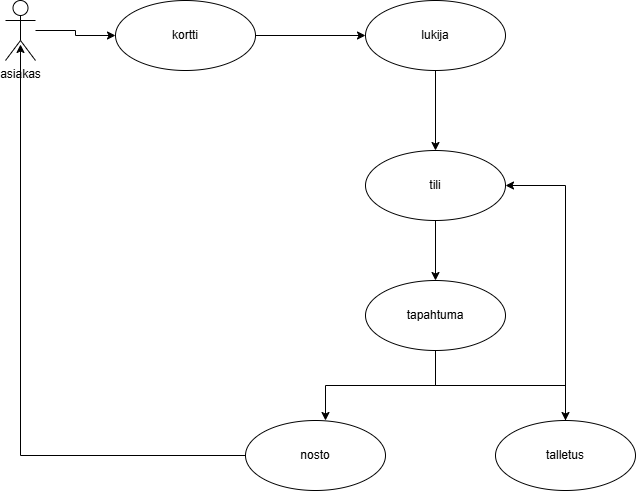
The draw.io diagram Käyttötapauskaavio.drawio.png in Migi2422/olio-ohjelmointi25, before a commit. Source tidied: cells renumbered, new cells last; positions are measured from the earlier drawing's top-left corner, leaving out a move shared by most shapes. The source it was exported from:
```xml
<mxGraphModel>
  <root>
    <mxCell id="0" />
    <mxCell id="1" parent="0" />
    <mxCell id="2" style="edgeStyle=orthogonalEdgeStyle;rounded=0;jettySize=auto;html=1;" parent="1" edge="1" source="3" target="5">
      <mxGeometry relative="1" as="geometry" />
    </mxCell>
    <mxCell id="3" value="tili" style="ellipse;whiteSpace=wrap;html=1;" parent="1" vertex="1">
      <mxGeometry x="360" y="150" width="140" height="70" as="geometry" />
    </mxCell>
    <mxCell id="4" style="edgeStyle=orthogonalEdgeStyle;rounded=0;jettySize=auto;html=1;entryX=0.5;entryY=0;entryDx=0;entryDy=0;" parent="1" edge="1" source="5" target="13">
      <mxGeometry relative="1" as="geometry" />
    </mxCell>
    <mxCell id="5" value="tapahtuma" style="ellipse;whiteSpace=wrap;html=1;" parent="1" vertex="1">
      <mxGeometry x="360" y="280" width="140" height="70" as="geometry" />
    </mxCell>
    <mxCell id="6" style="edgeStyle=orthogonalEdgeStyle;rounded=0;jettySize=auto;html=1;" parent="1" edge="1" source="7" target="11">
      <mxGeometry relative="1" as="geometry" />
    </mxCell>
    <mxCell id="7" value="asiakas" style="shape=umlActor;verticalLabelPosition=bottom;verticalAlign=top;html=1;" parent="1" vertex="1">
      <mxGeometry width="30" height="60" as="geometry" />
    </mxCell>
    <mxCell id="8" style="edgeStyle=orthogonalEdgeStyle;rounded=0;jettySize=auto;html=1;" parent="1" edge="1" source="9" target="3">
      <mxGeometry relative="1" as="geometry" />
    </mxCell>
    <mxCell id="9" value="lukija" style="ellipse;whiteSpace=wrap;html=1;" parent="1" vertex="1">
      <mxGeometry x="360" width="140" height="70" as="geometry" />
    </mxCell>
    <mxCell id="10" style="edgeStyle=orthogonalEdgeStyle;rounded=0;jettySize=auto;html=1;" parent="1" edge="1" source="11" target="9">
      <mxGeometry relative="1" as="geometry" />
    </mxCell>
    <mxCell id="11" value="kortti" style="ellipse;whiteSpace=wrap;html=1;" parent="1" vertex="1">
      <mxGeometry x="110" width="140" height="70" as="geometry" />
    </mxCell>
    <mxCell id="12" style="edgeStyle=orthogonalEdgeStyle;rounded=0;jettySize=auto;html=1;entryX=1;entryY=0.5;entryDx=0;entryDy=0;" parent="1" edge="1" source="13" target="3">
      <mxGeometry relative="1" as="geometry" />
    </mxCell>
    <mxCell id="13" value="talletus" style="ellipse;whiteSpace=wrap;html=1;" parent="1" vertex="1">
      <mxGeometry x="490" y="420" width="140" height="70" as="geometry" />
    </mxCell>
    <mxCell id="14" value="nosto" style="ellipse;whiteSpace=wrap;html=1;" parent="1" vertex="1">
      <mxGeometry x="240" y="420" width="140" height="70" as="geometry" />
    </mxCell>
    <mxCell id="15" style="edgeStyle=orthogonalEdgeStyle;rounded=0;jettySize=auto;html=1;entryX=0.5;entryY=0.733;entryDx=0;entryDy=0;entryPerimeter=0;" parent="1" edge="1" source="14" target="7">
      <mxGeometry relative="1" as="geometry" />
    </mxCell>
    <mxCell id="16" style="edgeStyle=orthogonalEdgeStyle;rounded=0;jettySize=auto;html=1;" parent="1" edge="1" source="5">
      <mxGeometry relative="1" as="geometry">
        <mxPoint x="320" y="420" as="targetPoint" />
        <Array as="points">
          <mxPoint x="430" y="385" />
          <mxPoint x="320" y="385" />
          <mxPoint x="320" y="420" />
        </Array>
      </mxGeometry>
    </mxCell>
  </root>
</mxGraphModel>
```
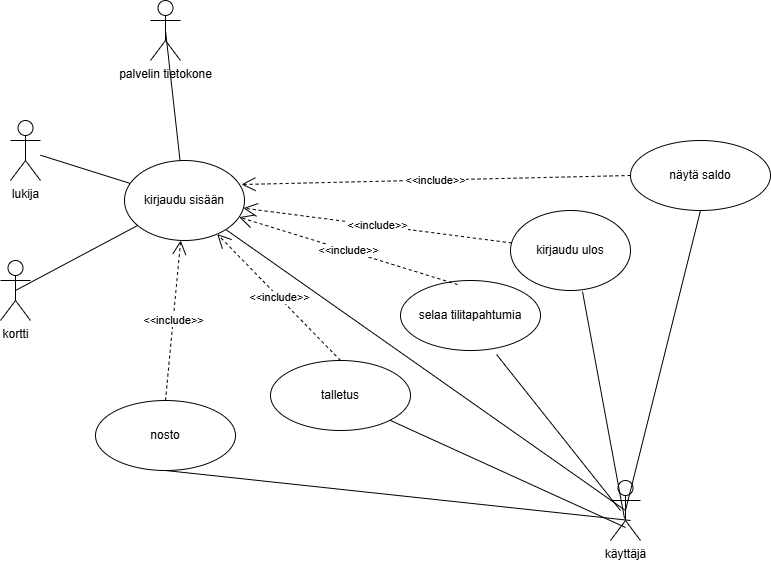
Above is the later version.

What changed in the source:
```diff
@@ -2,57 +2,81 @@
   <root>
     <mxCell id="0" />
     <mxCell id="1" parent="0" />
-    <mxCell id="2" style="edgeStyle=orthogonalEdgeStyle;rounded=0;jettySize=auto;html=1;" parent="1" edge="1" source="3" target="5">
-      <mxGeometry relative="1" as="geometry" />
-    </mxCell>
-    <mxCell id="3" value="tili" style="ellipse;whiteSpace=wrap;html=1;" parent="1" vertex="1">
-      <mxGeometry x="360" y="150" width="140" height="70" as="geometry" />
+    <mxCell id="3" value="selaa tilitapahtumia" style="ellipse;whiteSpace=wrap;html=1;" parent="1" vertex="1">
+      <mxGeometry x="550" y="100" width="140" height="70" as="geometry" />
     </mxCell>
-    <mxCell id="4" style="edgeStyle=orthogonalEdgeStyle;rounded=0;jettySize=auto;html=1;entryX=0.5;entryY=0;entryDx=0;entryDy=0;" parent="1" edge="1" source="5" target="13">
-      <mxGeometry relative="1" as="geometry" />
-    </mxCell>
-    <mxCell id="5" value="tapahtuma" style="ellipse;whiteSpace=wrap;html=1;" parent="1" vertex="1">
-      <mxGeometry x="360" y="280" width="140" height="70" as="geometry" />
-    </mxCell>
-    <mxCell id="6" style="edgeStyle=orthogonalEdgeStyle;rounded=0;jettySize=auto;html=1;" parent="1" edge="1" source="7" target="11">
-      <mxGeometry relative="1" as="geometry" />
-    </mxCell>
-    <mxCell id="7" value="asiakas" style="shape=umlActor;verticalLabelPosition=bottom;verticalAlign=top;html=1;" parent="1" vertex="1">
-      <mxGeometry width="30" height="60" as="geometry" />
+    <mxCell id="7" value="käyttäjä" style="shape=umlActor;verticalLabelPosition=bottom;verticalAlign=top;html=1;" parent="1" vertex="1">
+      <mxGeometry x="760" y="300" width="30" height="60" as="geometry" />
     </mxCell>
-    <mxCell id="8" style="edgeStyle=orthogonalEdgeStyle;rounded=0;jettySize=auto;html=1;" parent="1" edge="1" source="9" target="3">
-      <mxGeometry relative="1" as="geometry" />
-    </mxCell>
-    <mxCell id="9" value="lukija" style="ellipse;whiteSpace=wrap;html=1;" parent="1" vertex="1">
-      <mxGeometry x="360" width="140" height="70" as="geometry" />
-    </mxCell>
-    <mxCell id="10" style="edgeStyle=orthogonalEdgeStyle;rounded=0;jettySize=auto;html=1;" parent="1" edge="1" source="11" target="9">
-      <mxGeometry relative="1" as="geometry" />
-    </mxCell>
-    <mxCell id="11" value="kortti" style="ellipse;whiteSpace=wrap;html=1;" parent="1" vertex="1">
-      <mxGeometry x="110" width="140" height="70" as="geometry" />
-    </mxCell>
-    <mxCell id="12" style="edgeStyle=orthogonalEdgeStyle;rounded=0;jettySize=auto;html=1;entryX=1;entryY=0.5;entryDx=0;entryDy=0;" parent="1" edge="1" source="13" target="3">
-      <mxGeometry relative="1" as="geometry" />
-    </mxCell>
     <mxCell id="13" value="talletus" style="ellipse;whiteSpace=wrap;html=1;" parent="1" vertex="1">
-      <mxGeometry x="490" y="420" width="140" height="70" as="geometry" />
+      <mxGeometry x="420" y="180" width="140" height="70" as="geometry" />
     </mxCell>
     <mxCell id="14" value="nosto" style="ellipse;whiteSpace=wrap;html=1;" parent="1" vertex="1">
-      <mxGeometry x="240" y="420" width="140" height="70" as="geometry" />
+      <mxGeometry x="245" y="220" width="140" height="70" as="geometry" />
     </mxCell>
-    <mxCell id="15" style="edgeStyle=orthogonalEdgeStyle;rounded=0;jettySize=auto;html=1;entryX=0.5;entryY=0.733;entryDx=0;entryDy=0;entryPerimeter=0;" parent="1" edge="1" source="14" target="7">
-      <mxGeometry relative="1" as="geometry" />
-    </mxCell>
-    <mxCell id="16" style="edgeStyle=orthogonalEdgeStyle;rounded=0;jettySize=auto;html=1;" parent="1" edge="1" source="5">
-      <mxGeometry relative="1" as="geometry">
-        <mxPoint x="320" y="420" as="targetPoint" />
-        <Array as="points">
-          <mxPoint x="430" y="385" />
-          <mxPoint x="320" y="385" />
-          <mxPoint x="320" y="420" />
-        </Array>
-      </mxGeometry>
-    </mxCell>
+    <mxCell id="11" value="kortti" style="shape=umlActor;verticalLabelPosition=bottom;verticalAlign=top;html=1;outlineConnect=0;" parent="1" vertex="1">
+      <mxGeometry x="150" y="80" width="30" height="60" as="geometry" />
+    </mxCell>
+    <mxCell id="9" value="lukija" style="shape=umlActor;verticalLabelPosition=bottom;verticalAlign=top;html=1;outlineConnect=0;" parent="1" vertex="1">
+      <mxGeometry x="160" y="-60" width="30" height="60" as="geometry" />
+    </mxCell>
+    <mxCell id="17" value="palvelin tietokone" style="shape=umlActor;verticalLabelPosition=bottom;verticalAlign=top;html=1;outlineConnect=0;" parent="1" vertex="1">
+      <mxGeometry x="300" y="-180" width="30" height="60" as="geometry" />
+    </mxCell>
+    <mxCell id="18" value="kirjaudu sisään" style="ellipse;whiteSpace=wrap;html=1;" parent="1" vertex="1">
+      <mxGeometry x="274" y="-20" width="120" height="80" as="geometry" />
+    </mxCell>
+    <mxCell id="19" value="&amp;lt;&amp;lt;include&amp;gt;&amp;gt;" style="endArrow=open;endSize=12;dashed=1;html=1;rounded=0;exitX=0.5;exitY=0;exitDx=0;exitDy=0;" parent="1" edge="1" source="14" target="18">
+      <mxGeometry relative="1" as="geometry" />
+    </mxCell>
+    <mxCell id="20" value="&amp;lt;&amp;lt;include&amp;gt;&amp;gt;" style="endArrow=open;endSize=12;dashed=1;html=1;rounded=0;exitX=0.5;exitY=0;exitDx=0;exitDy=0;" parent="1" edge="1" source="13" target="18">
+      <mxGeometry relative="1" as="geometry" />
+    </mxCell>
+    <mxCell id="21" value="&amp;lt;&amp;lt;include&amp;gt;&amp;gt;" style="endArrow=open;endSize=12;dashed=1;html=1;rounded=0;exitX=0.407;exitY=0.057;exitDx=0;exitDy=0;exitPerimeter=0;" parent="1" edge="1" source="3" target="18">
+      <mxGeometry relative="1" as="geometry" />
+    </mxCell>
+    <mxCell id="22" value="kirjaudu ulos" style="ellipse;whiteSpace=wrap;html=1;" parent="1" vertex="1">
+      <mxGeometry x="660" y="30" width="120" height="80" as="geometry" />
+    </mxCell>
+    <mxCell id="23" style="endArrow=none;html=1;rounded=0;entryX=0.5;entryY=0.5;entryDx=0;entryDy=0;entryPerimeter=0;" parent="1" edge="1" source="18" target="7">
+      <mxGeometry relative="1" as="geometry" />
+    </mxCell>
+    <mxCell id="24" style="endArrow=none;html=1;rounded=0;" parent="1" edge="1" source="9" target="18">
+      <mxGeometry relative="1" as="geometry" />
+    </mxCell>
+    <mxCell id="25" style="endArrow=none;html=1;rounded=0;exitX=0.5;exitY=0.5;exitDx=0;exitDy=0;exitPerimeter=0;" parent="1" edge="1" source="11" target="18">
+      <mxGeometry relative="1" as="geometry" />
+    </mxCell>
+    <mxCell id="26" value="&amp;lt;&amp;lt;include&amp;gt;&amp;gt;" style="endArrow=open;endSize=12;dashed=1;html=1;rounded=0;" parent="1" edge="1" source="22" target="18">
+      <mxGeometry relative="1" as="geometry" />
+    </mxCell>
+    <mxCell id="27" style="endArrow=none;html=1;rounded=0;entryX=0.5;entryY=0.5;entryDx=0;entryDy=0;entryPerimeter=0;" parent="1" edge="1" source="18" target="17">
+      <mxGeometry relative="1" as="geometry" />
+    </mxCell>
+    <mxCell id="28" style="endArrow=none;html=1;rounded=0;entryX=0.467;entryY=0.633;entryDx=0;entryDy=0;entryPerimeter=0;exitX=0.6;exitY=1.013;exitDx=0;exitDy=0;exitPerimeter=0;" parent="1" edge="1" source="22" target="7">
+      <mxGeometry relative="1" as="geometry" />
+    </mxCell>
+    <mxCell id="29" style="endArrow=none;html=1;rounded=0;entryX=0.686;entryY=1.057;entryDx=0;entryDy=0;entryPerimeter=0;" parent="1" edge="1" target="3">
+      <mxGeometry relative="1" as="geometry">
+        <mxPoint x="770" y="330" as="sourcePoint" />
+      </mxGeometry>
+    </mxCell>
+    <mxCell id="30" style="endArrow=none;html=1;rounded=0;entryX=1;entryY=1;entryDx=0;entryDy=0;exitX=0.5;exitY=0.783;exitDx=0;exitDy=0;exitPerimeter=0;" parent="1" edge="1" source="7" target="13">
+      <mxGeometry relative="1" as="geometry" />
+    </mxCell>
+    <mxCell id="31" style="endArrow=none;html=1;rounded=0;exitX=0.5;exitY=1;exitDx=0;exitDy=0;" parent="1" edge="1" source="14">
+      <mxGeometry relative="1" as="geometry">
+        <mxPoint x="780" y="340" as="targetPoint" />
+      </mxGeometry>
+    </mxCell>
+    <mxCell id="32" value="näytä saldo" style="ellipse;whiteSpace=wrap;html=1;" parent="1" vertex="1">
+      <mxGeometry x="780" y="-40" width="140" height="70" as="geometry" />
+    </mxCell>
+    <mxCell id="33" style="endArrow=none;html=1;rounded=0;entryX=0.5;entryY=1;entryDx=0;entryDy=0;exitX=0.5;exitY=0.5;exitDx=0;exitDy=0;exitPerimeter=0;" parent="1" edge="1" source="7" target="32">
+      <mxGeometry relative="1" as="geometry" />
+    </mxCell>
+    <mxCell id="34" value="&amp;lt;&amp;lt;include&amp;gt;&amp;gt;" style="endArrow=open;endSize=12;dashed=1;html=1;rounded=0;entryX=0.975;entryY=0.3;entryDx=0;entryDy=0;entryPerimeter=0;exitX=0;exitY=0.5;exitDx=0;exitDy=0;" parent="1" edge="1" source="32" target="18">
+      <mxGeometry relative="1" as="geometry" />
+    </mxCell>
   </root>
 </mxGraphModel>
```
